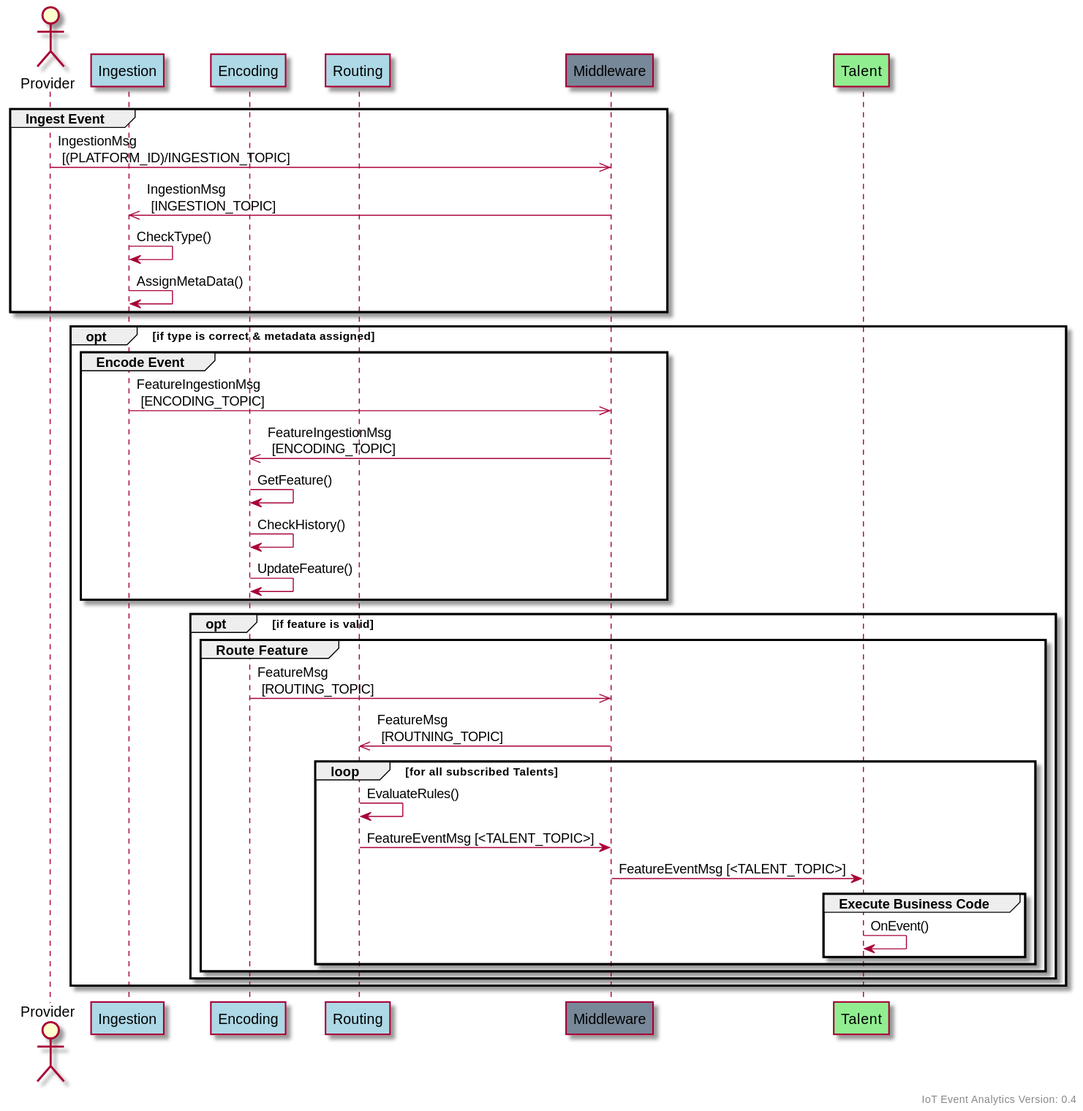
Above: docs/topics/assets/plantuml/communication_feature_ingestion.svg in COVESA/iot-event-analytics (PlantUML), before the change.
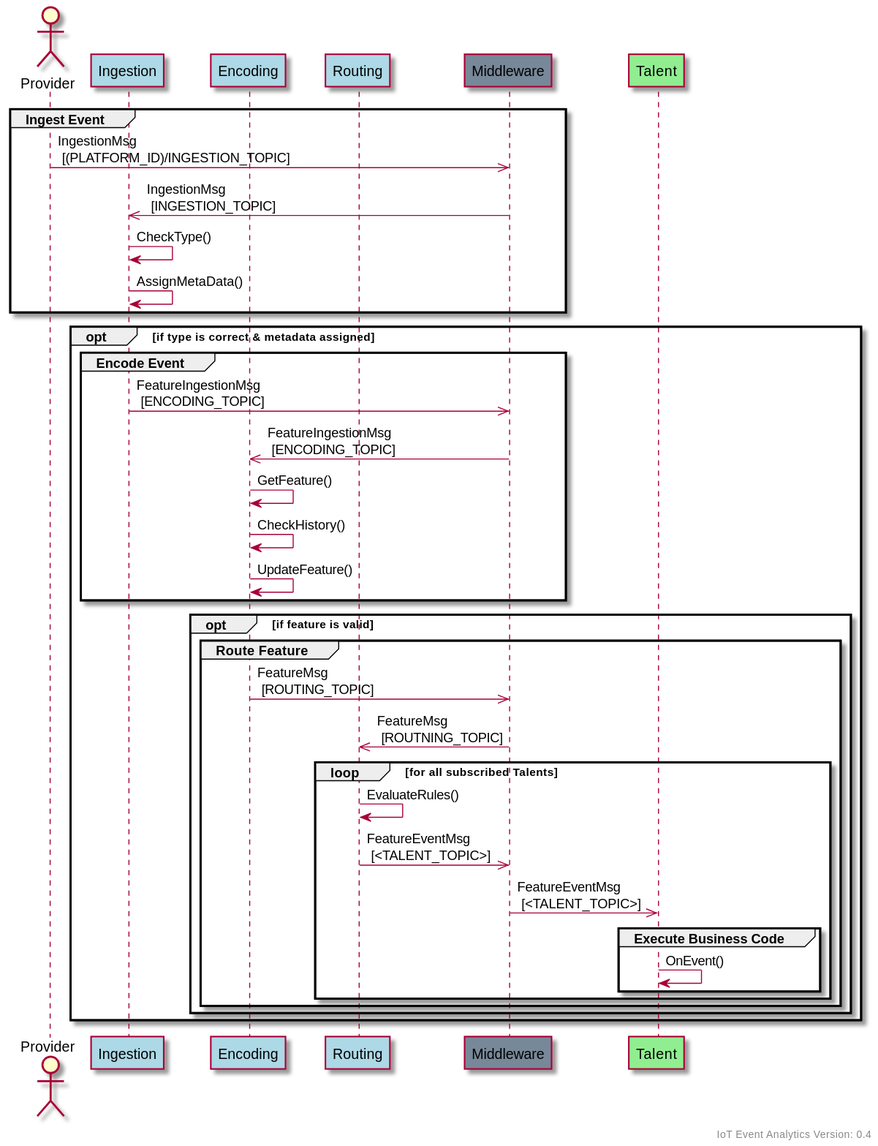
After the change.

Commit message:
Small improvements in communication

The edit, as a diff of the source:
```diff
@@ -38,8 +38,8 @@
                 Middleware ->> Routing: FeatureMsg \n [ROUTNING_TOPIC]
                 loop for all subscribed Talents
                     Routing -> Routing: EvaluateRules()
-                    Routing -> Middleware: FeatureEventMsg [<TALENT_TOPIC>]
-                    Middleware -> Talent: FeatureEventMsg [<TALENT_TOPIC>]
+                    Routing ->> Middleware: FeatureEventMsg \n [<TALENT_TOPIC>]
+                    Middleware ->> Talent: FeatureEventMsg \n [<TALENT_TOPIC>]
                     group Execute Business Code
                         Talent -> Talent: OnEvent()
                     end
```
